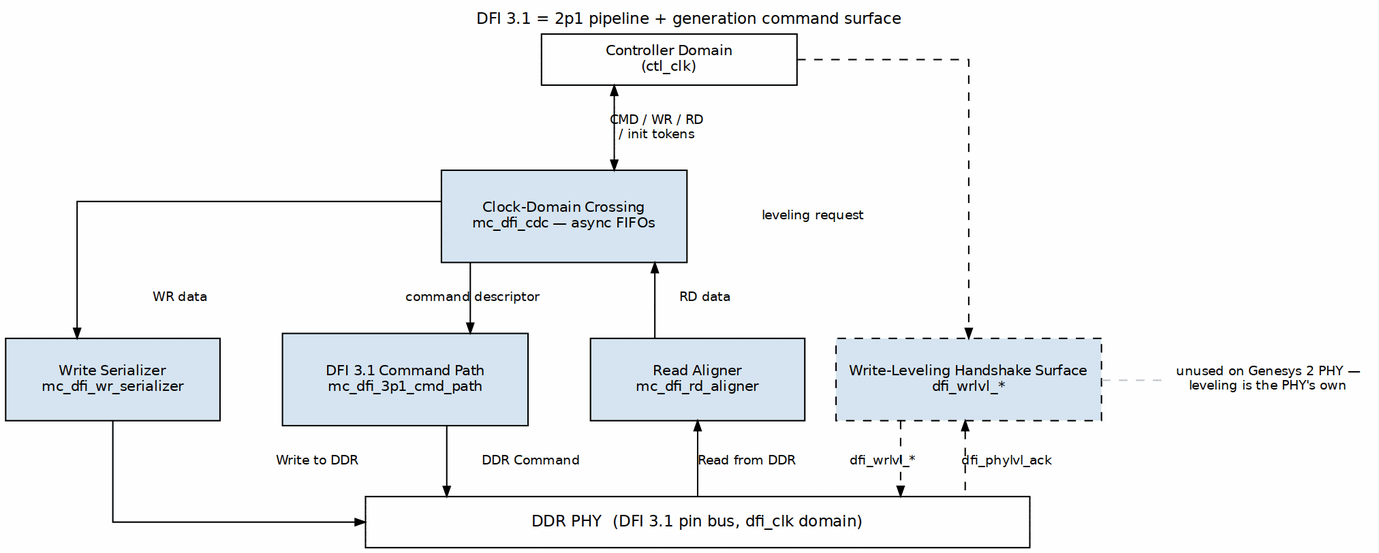
The Graphviz diagram projects/components/mem-ctrl-ip/common-ip/docs/common_mas/assets/graphviz/07_mc_dfi_3p1_plane.png in sean-galloway/RTLDesignSherpa, before a commit. Its source is kept beside it as projects/components/mem-ctrl-ip/common-ip/docs/common_mas/assets/graphviz/07_mc_dfi_3p1_plane.dot. The source it was exported from:
```dot
digraph mc_dfi_3p1_plane {
    graph [rankdir=TB, bgcolor="white", fontname="Helvetica", fontsize=11,
           nodesep="0.30", ranksep="0.55", splines=ortho,
           label="DFI 3.1 = 2p1 pipeline + generation command surface",
           labelloc=t, labeljust=c];
    node  [fontname="Helvetica", fontsize=10, shape=box, style=filled,
           fillcolor="#D6E4F0", color="black", margin="0.12,0.07"];
    edge  [fontname="Helvetica", fontsize=9, color="black", arrowsize=0.7];

    ctl [label="Controller Domain\n(ctl_clk)", fillcolor="white", width=2.5];

    cdc [label="Clock-Domain Crossing\nmc_dfi_cdc — async FIFOs",
         width=2.4, height=0.9];
    wr  [label="Write Serializer\nmc_dfi_wr_serializer",
         width=2.1, height=0.8];
    cmd [label="DFI 3.1 Command Path\nmc_dfi_3p1_cmd_path",
         width=2.4, height=0.9];
    rd  [label="Read Aligner\nmc_dfi_rd_aligner",
         width=2.1, height=0.8];

    wrlvl [label="Write-Leveling Handshake Surface\ndfi_wrlvl_*",
           style="filled,dashed", width=2.6, height=0.8];
    wrlvl_note [label="unused on Genesys 2 PHY —\nleveling is the PHY's own",
                shape=none, color=none, fillcolor=none, fontsize=9];

    phy [label="DDR PHY  (DFI 3.1 pin bus, dfi_clk domain)", fillcolor="white",
         rank=sink, width=6.5, fontsize=11];

    ctl -> cdc [dir=both, arrowhead=normal, label="CMD / WR / RD\n/ init tokens"];
    ctl -> wrlvl [style=dashed, arrowhead=normal, label="leveling request"];

    cdc -> cmd [label="command descriptor"];
    cdc -> wr  [label="WR data"];
    rd  -> cdc [label="RD data"];

    cmd -> phy [label="DDR Command"];
    wr  -> phy [label="Write to DDR"];
    rd  -> phy [dir=back, label="Read from DDR"];

    wrlvl -> phy [style=dashed, arrowhead=normal, label="dfi_wrlvl_*"];
    wrlvl -> phy [style=dashed, arrowhead=none, dir=back, label="dfi_phylvl_ack"];
    wrlvl -> wrlvl_note [style=dashed, arrowhead=none, color="gray"];

    { rank=same; ctl; }
    { rank=same; cdc; }
    { rank=same; wr; cmd; rd; }
    wr -> cmd [style=invis];
    cmd -> rd [style=invis];
    { rank=same; wrlvl; wrlvl_note; }
    { rank=sink; phy; }

    cdc -> wr [style=invis];
    cdc -> cmd [style=invis];
    cdc -> rd [style=invis];
}
```
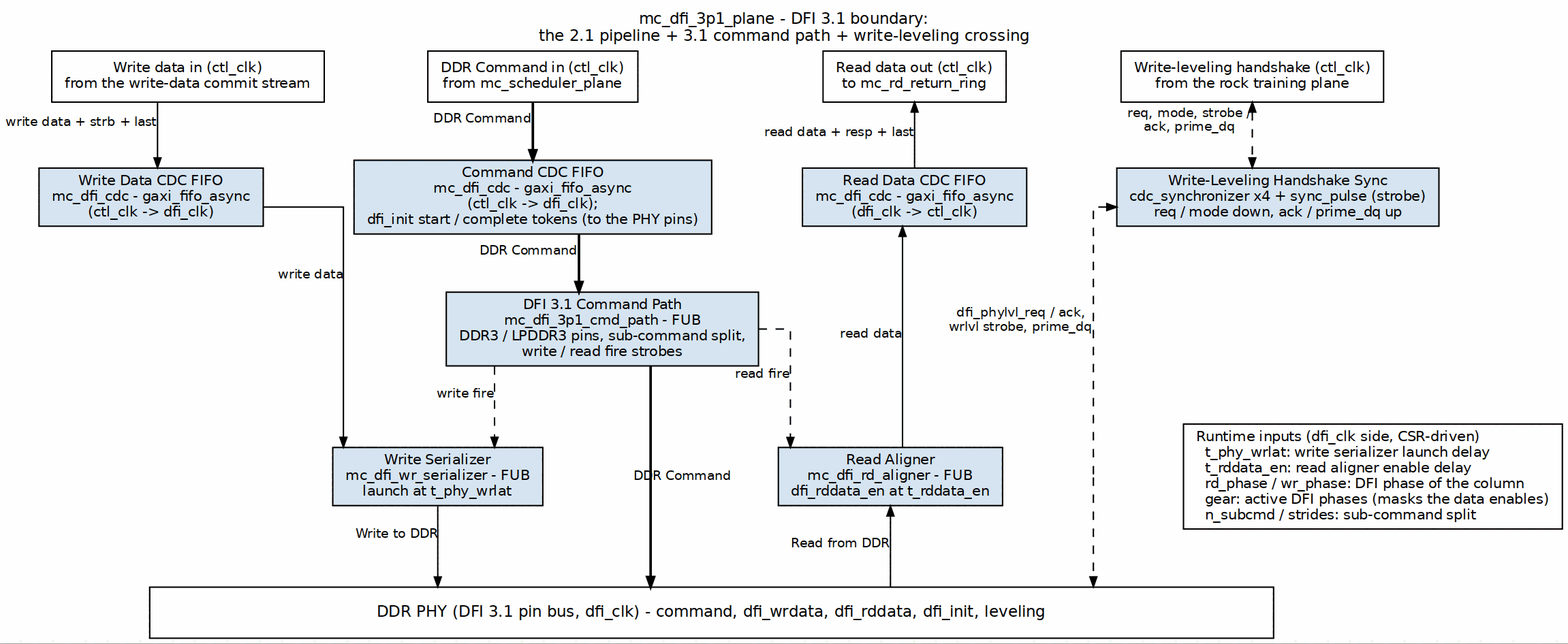
Above is the later version.

Diff of the diagram source:
```diff
@@ -1,55 +1,50 @@
 digraph mc_dfi_3p1_plane {
     graph [rankdir=TB, bgcolor="white", fontname="Helvetica", fontsize=11,
-           nodesep="0.30", ranksep="0.55", splines=ortho,
-           label="DFI 3.1 = 2p1 pipeline + generation command surface",
-           labelloc=t, labeljust=c];
+           nodesep="0.45", ranksep="0.55", splines=ortho,
+           label="mc_dfi_3p1_plane - DFI 3.1 boundary:\nthe 2.1 pipeline + 3.1 command path + write-leveling crossing", labelloc=t, labeljust=c];
     node  [fontname="Helvetica", fontsize=10, shape=box, style=filled,
-           fillcolor="#D6E4F0", color="black", margin="0.12,0.07"];
+           fillcolor="#D6E4F0", color="black", margin="0.12,0.06"];
     edge  [fontname="Helvetica", fontsize=9, color="black", arrowsize=0.7];
 
-    ctl [label="Controller Domain\n(ctl_clk)", fillcolor="white", width=2.5];
+    p_wd  [label="Write data in (ctl_clk)\nfrom the write-data commit stream", fillcolor="white"];
+    p_cmd [label="DDR Command in (ctl_clk)\nfrom mc_scheduler_plane", fillcolor="white"];
+    p_rd  [label="Read data out (ctl_clk)\nto mc_rd_return_ring", fillcolor="white"];
+    legend [label="Runtime inputs (dfi_clk side, CSR-driven)\l  t_phy_wrlat: write serializer launch delay\l  t_rddata_en: read aligner enable delay\l  rd_phase / wr_phase: DFI phase of the column\l  gear: active DFI phases (masks the data enables)\l  n_subcmd / strides: sub-command split\l", fillcolor="white"];
 
-    cdc [label="Clock-Domain Crossing\nmc_dfi_cdc — async FIFOs",
-         width=2.4, height=0.9];
-    wr  [label="Write Serializer\nmc_dfi_wr_serializer",
-         width=2.1, height=0.8];
-    cmd [label="DFI 3.1 Command Path\nmc_dfi_3p1_cmd_path",
-         width=2.4, height=0.9];
-    rd  [label="Read Aligner\nmc_dfi_rd_aligner",
-         width=2.1, height=0.8];
+    cdc_wd  [label="Write Data CDC FIFO\nmc_dfi_cdc - gaxi_fifo_async\n(ctl_clk -> dfi_clk)"];
+    cdc_cmd [label="Command CDC FIFO\nmc_dfi_cdc - gaxi_fifo_async\n(ctl_clk -> dfi_clk);\ndfi_init start / complete tokens (to the PHY pins)"];
+    cdc_rd  [label="Read Data CDC FIFO\nmc_dfi_cdc - gaxi_fifo_async\n(dfi_clk -> ctl_clk)"];
 
-    wrlvl [label="Write-Leveling Handshake Surface\ndfi_wrlvl_*",
-           style="filled,dashed", width=2.6, height=0.8];
-    wrlvl_note [label="unused on Genesys 2 PHY —\nleveling is the PHY's own",
-                shape=none, color=none, fillcolor=none, fontsize=9];
+    cmd_path [label="DFI 3.1 Command Path\nmc_dfi_3p1_cmd_path - FUB\nDDR3 / LPDDR3 pins, sub-command split,\nwrite / read fire strobes"];
+    wr_ser   [label="Write Serializer\nmc_dfi_wr_serializer - FUB\nlaunch at t_phy_wrlat"];
+    rd_al    [label="Read Aligner\nmc_dfi_rd_aligner - FUB\ndfi_rddata_en at t_rddata_en"];
+    p_wl [label="Write-leveling handshake (ctl_clk)\nfrom the rock training plane", fillcolor="white"];
+    wl_sync [label="Write-Leveling Handshake Sync\ncdc_synchronizer x4 + sync_pulse (strobe)\nreq / mode down, ack / prime_dq up"];
 
-    phy [label="DDR PHY  (DFI 3.1 pin bus, dfi_clk domain)", fillcolor="white",
-         rank=sink, width=6.5, fontsize=11];
+    bar [label="DDR PHY (DFI 3.1 pin bus, dfi_clk) - command, dfi_wrdata, dfi_rddata, dfi_init, leveling", fillcolor="white", width=11, height=0.5, fontsize=11];
 
-    ctl -> cdc [dir=both, arrowhead=normal, label="CMD / WR / RD\n/ init tokens"];
-    ctl -> wrlvl [style=dashed, arrowhead=normal, label="leveling request"];
+    p_wd   -> cdc_wd [xlabel="write data + strb + last"];
+    cdc_wd -> wr_ser [xlabel="write data"];
+    wr_ser -> bar    [xlabel="Write to DDR"];
 
-    cdc -> cmd [label="command descriptor"];
-    cdc -> wr  [label="WR data"];
-    rd  -> cdc [label="RD data"];
+    p_cmd    -> cdc_cmd  [penwidth=1.8, xlabel="DDR Command"];
+    cdc_cmd  -> cmd_path [penwidth=1.8, xlabel="DDR Command"];
+    cmd_path -> bar      [penwidth=1.8, label="DDR Command"];
+    cmd_path -> wr_ser   [style=dashed, xlabel="write fire"];
+    cmd_path -> rd_al    [style=dashed, xlabel="read fire"];
 
-    cmd -> phy [label="DDR Command"];
-    wr  -> phy [label="Write to DDR"];
-    rd  -> phy [dir=back, label="Read from DDR"];
+    p_rd   -> cdc_rd [dir=back, xlabel="read data + resp + last"];
+    cdc_rd -> rd_al  [dir=back, xlabel="read data"];
+    rd_al  -> bar    [dir=back, xlabel="Read from DDR"];
+    p_wl   -> wl_sync [dir=both, style=dashed, xlabel="req, mode, strobe /\nack, prime_dq"];
+    x_wl [shape=point, width=0.01, height=0.01, label="", style=invis];
+    wl_sync -> x_wl   [dir=back, style=dashed, xlabel="dfi_phylvl_req / ack,\nwrlvl strobe, prime_dq"];
+    x_wl -> bar       [style=dashed];
 
-    wrlvl -> phy [style=dashed, arrowhead=normal, label="dfi_wrlvl_*"];
-    wrlvl -> phy [style=dashed, arrowhead=none, dir=back, label="dfi_phylvl_ack"];
-    wrlvl -> wrlvl_note [style=dashed, arrowhead=none, color="gray"];
-
-    { rank=same; ctl; }
-    { rank=same; cdc; }
-    { rank=same; wr; cmd; rd; }
-    wr -> cmd [style=invis];
-    cmd -> rd [style=invis];
-    { rank=same; wrlvl; wrlvl_note; }
-    { rank=sink; phy; }
-
-    cdc -> wr [style=invis];
-    cdc -> cmd [style=invis];
-    cdc -> rd [style=invis];
+    { rank=same; p_wd; p_cmd; p_rd; p_wl; }
+    { rank=same; cdc_wd; cdc_cmd; cdc_rd; wl_sync; }
+    { rank=same; wr_ser; rd_al; x_wl; legend; }
+    p_wd -> p_cmd -> p_rd -> p_wl [style=invis];
+    cdc_wd -> cdc_cmd -> cdc_rd -> wl_sync [style=invis];
+    wr_ser -> rd_al -> x_wl -> legend [style=invis];
 }
```
